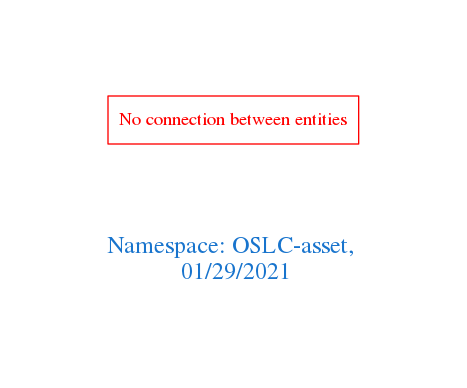
Earlier version of the Graphviz export downloads/OSLC-asset.png (arago/OGIT). Its source is kept beside it as downloads/OSLC-asset.dot.
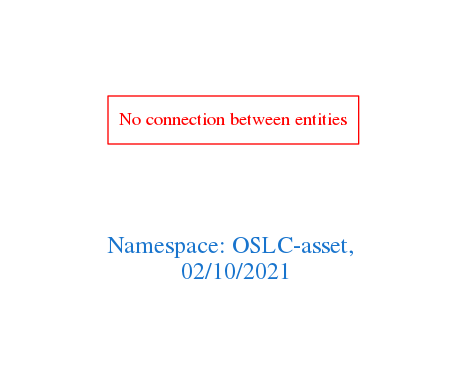
The same file after the commit.

Diff of the diagram source:
```diff
@@ -1,7 +1,7 @@
 digraph OGIT_ontology {
  graph [ rankdir= LR,pad=1
 fontsize = 18,
-fontcolor= dodgerblue3,label = "\n\n\nNamespace: OSLC-asset, \n 01/29/2021"];
+fontcolor= dodgerblue3,label = "\n\n\nNamespace: OSLC-asset, \n 02/10/2021"];
 node[shape=polygon];
 edge [  color="gray81"];
 
```
